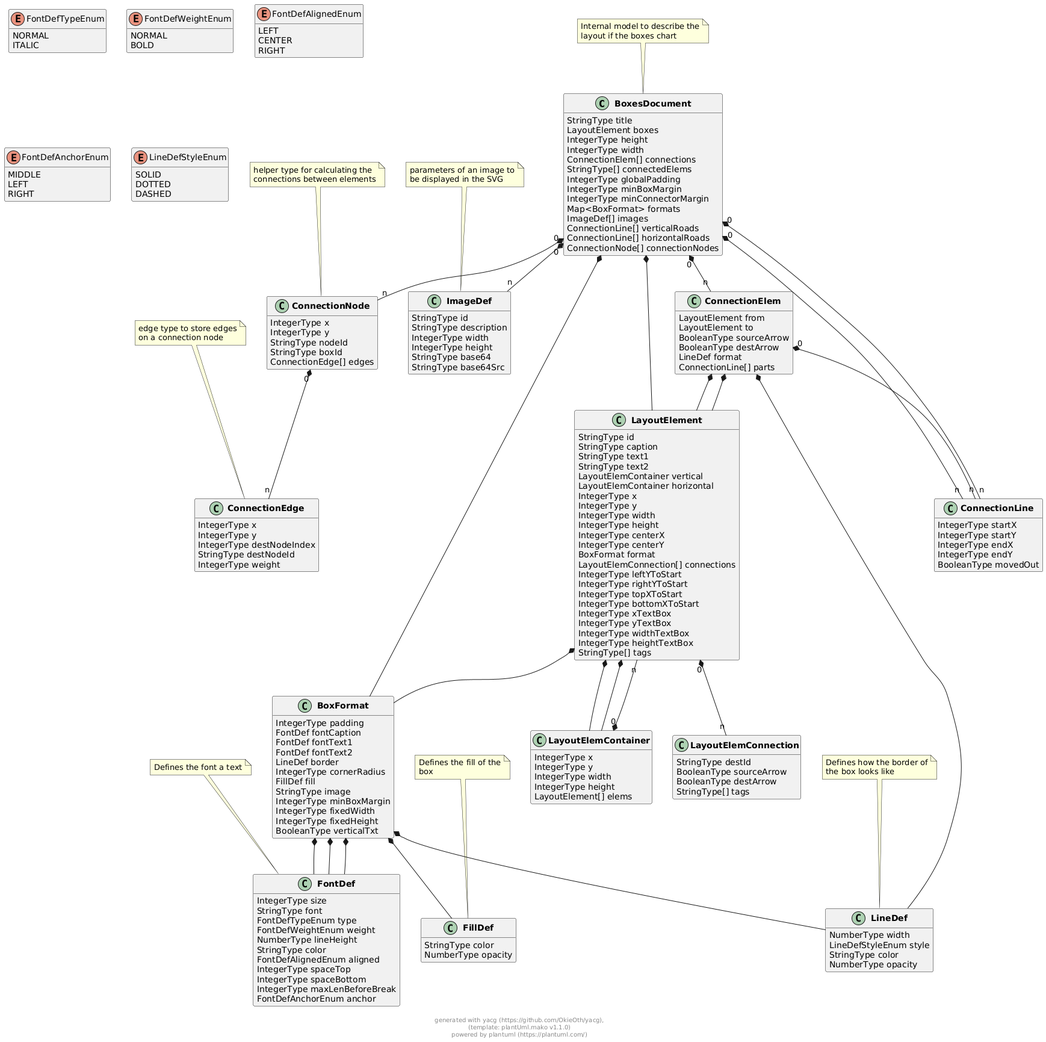
Earlier version of the PlantUML export docs/models/png/boxes_document.png (OkieOth/draw.chart.things).
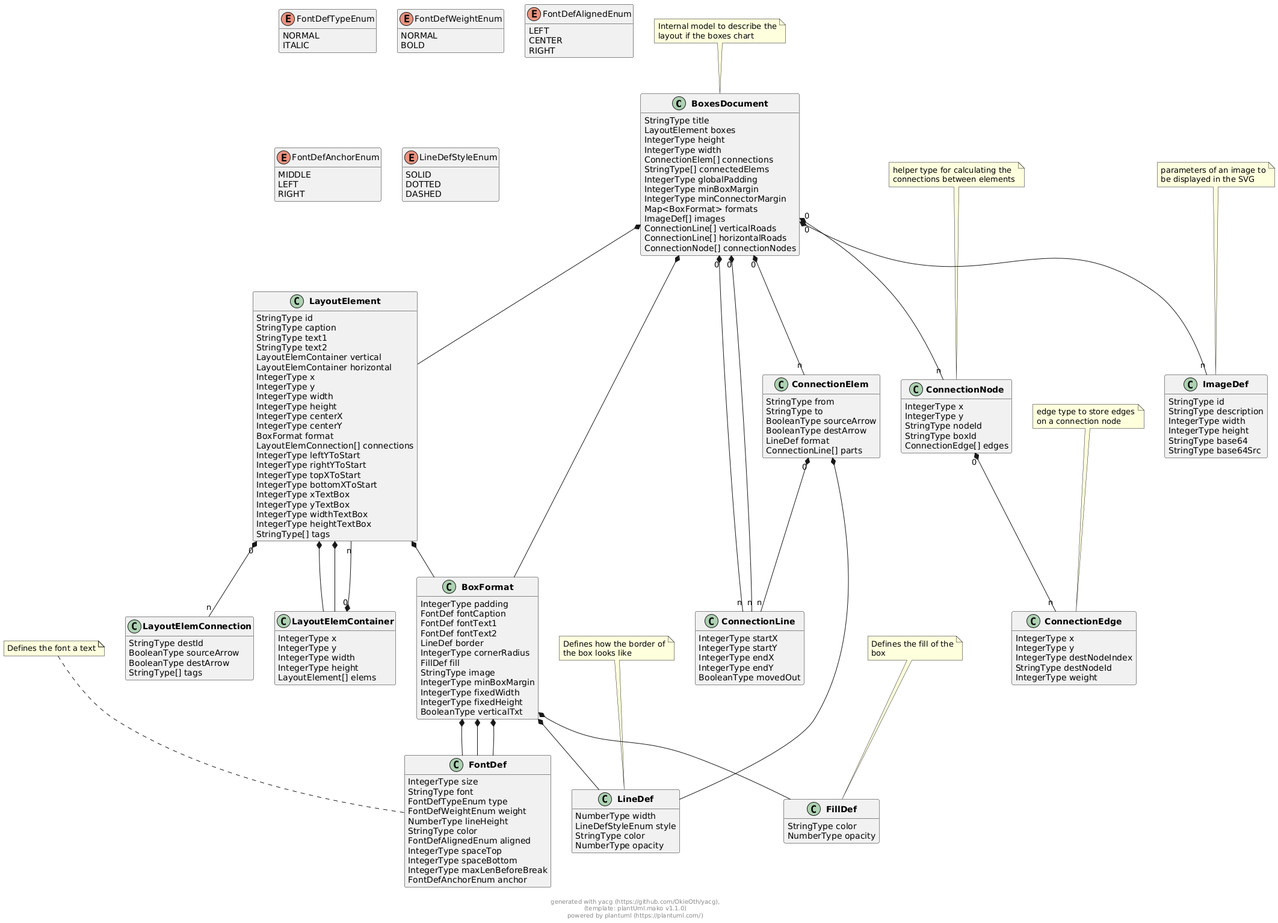
After the change.

Change to the diagram source:
```diff
@@ -52,8 +52,8 @@
 
 
 class "**ConnectionElem**" as ConnectionElem {
-        LayoutElement from
-        LayoutElement to
+        StringType from
+        StringType to
         BooleanType sourceArrow
         BooleanType destArrow
         LineDef format
@@ -258,9 +258,7 @@
 
 
 
-ConnectionElem  *--  LayoutElement
 
-ConnectionElem  *--  LayoutElement
 
 
 
```
